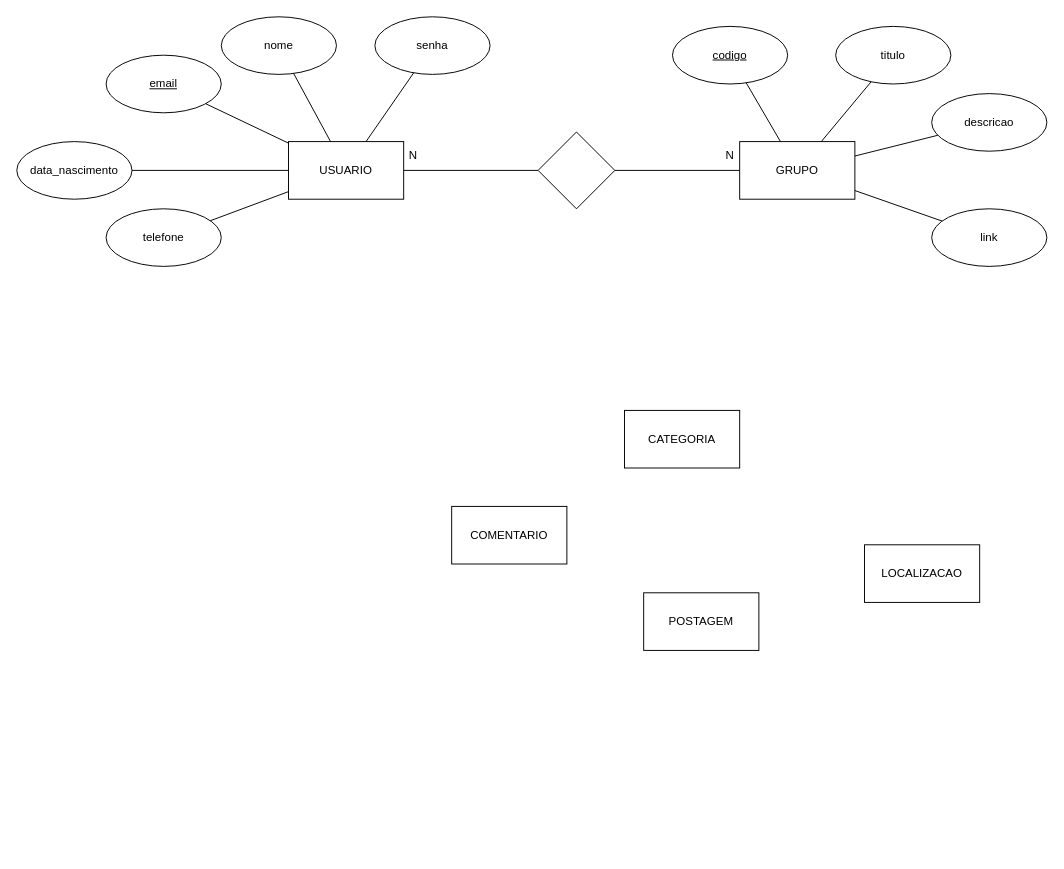
Earlier version of the draw.io diagram LEOBDATV3-2.drawio (Konitch/Diagram). Source tidied: cells renumbered, new cells numbered last; positions are measured from the earlier drawing's top-left corner, leaving out a move shared by most shapes. Both pictures are drawn from the tidied source at 96%, with x=0, y=0 at pixel (16, 16).
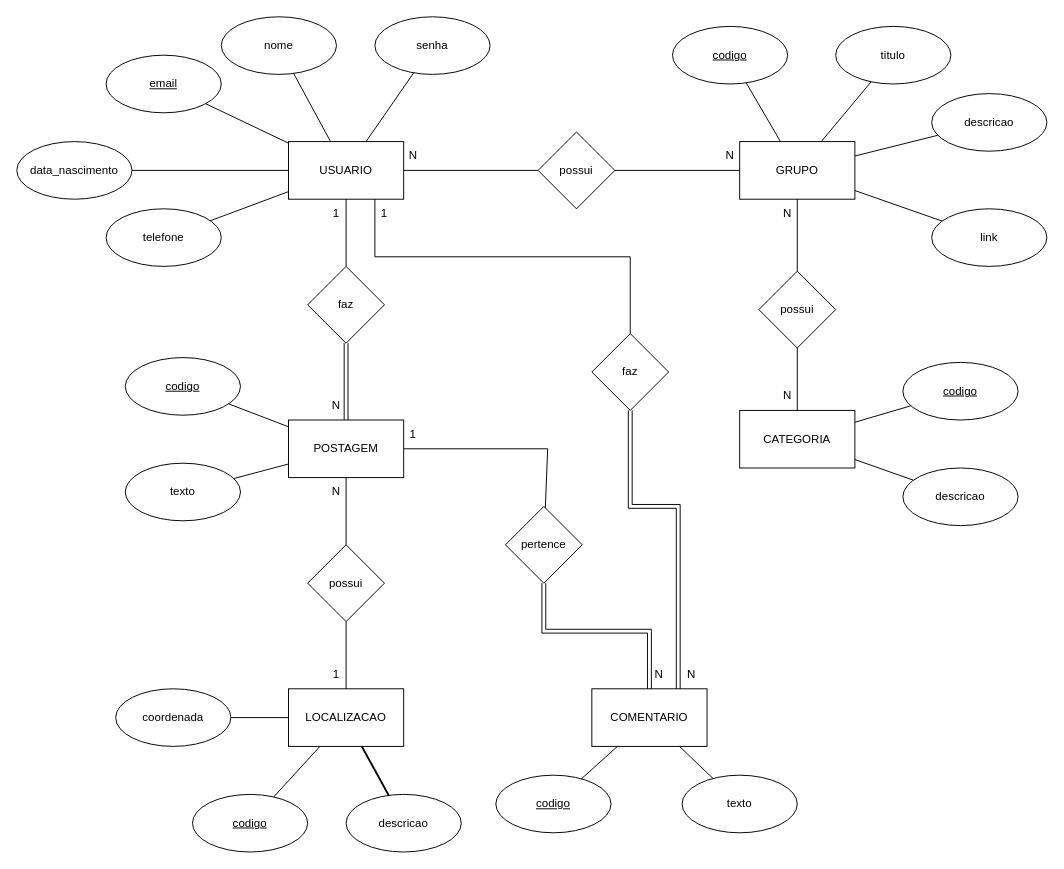
Above is the later version.

The change refers to these unchanged cells:
```xml
<mxCell id="3" value="USUARIO" style="rounded=0;whiteSpace=wrap;html=1;" parent="1" vertex="1">
  <mxGeometry x="283" y="130" width="120" height="60" as="geometry" />
</mxCell>
<mxCell id="4" value="GRUPO" style="rounded=0;whiteSpace=wrap;html=1;" parent="1" vertex="1">
  <mxGeometry x="753" y="130" width="120" height="60" as="geometry" />
</mxCell>
```

Diff of the diagram source:
```diff
@@
     <mxCell id="2" value="CATEGORIA" style="rounded=0;whiteSpace=wrap;html=1;" parent="1" vertex="1">
-      <mxGeometry x="633" y="410" width="120" height="60" as="geometry" />
+      <mxGeometry x="753" y="410" width="120" height="60" as="geometry" />
     </mxCell>
@@
     <mxCell id="5" value="COMENTARIO" style="rounded=0;whiteSpace=wrap;html=1;" parent="1" vertex="1">
-      <mxGeometry x="453" y="510" width="120" height="60" as="geometry" />
+      <mxGeometry x="599" y="700" width="120" height="60" as="geometry" />
     </mxCell>
     <mxCell id="6" value="LOCALIZACAO" style="rounded=0;whiteSpace=wrap;html=1;" parent="1" vertex="1">
-      <mxGeometry x="883" y="550" width="120" height="60" as="geometry" />
+      <mxGeometry x="283" y="700" width="120" height="60" as="geometry" />
     </mxCell>
     <mxCell id="7" value="POSTAGEM" style="rounded=0;whiteSpace=wrap;html=1;" parent="1" vertex="1">
-      <mxGeometry x="653" y="600" width="120" height="60" as="geometry" />
+      <mxGeometry x="283" y="420" width="120" height="60" as="geometry" />
     </mxCell>
@@
-    <mxCell id="26" style="rhombus;whiteSpace=wrap;html=1;" parent="1" vertex="1">
+    <mxCell id="26" value="possui" style="rhombus;whiteSpace=wrap;html=1;" parent="1" vertex="1">
       <mxGeometry x="543" y="120" width="80" height="80" as="geometry" />
     </mxCell>
@@
+    <mxCell id="31" value="&lt;u&gt;codigo&lt;/u&gt;" style="ellipse;whiteSpace=wrap;html=1;" parent="1" vertex="1">
+      <mxGeometry x="923" y="360" width="120" height="60" as="geometry" />
+    </mxCell>
+    <mxCell id="32" style="endArrow=none;html=1;rounded=0;" parent="1" edge="1" source="2" target="31">
+      <mxGeometry relative="1" as="geometry" />
+    </mxCell>
+    <mxCell id="33" value="descricao" style="ellipse;whiteSpace=wrap;html=1;" parent="1" vertex="1">
+      <mxGeometry x="923" y="470" width="120" height="60" as="geometry" />
+    </mxCell>
+    <mxCell id="34" style="endArrow=none;html=1;rounded=0;" parent="1" edge="1" source="2" target="33">
+      <mxGeometry relative="1" as="geometry" />
+    </mxCell>
+    <mxCell id="35" value="possui" style="rhombus;whiteSpace=wrap;html=1;" parent="1" vertex="1">
+      <mxGeometry x="773" y="265" width="80" height="80" as="geometry" />
+    </mxCell>
+    <mxCell id="36" style="endArrow=none;html=1;rounded=0;" parent="1" edge="1" source="35" target="2">
+      <mxGeometry relative="1" as="geometry" />
+    </mxCell>
+    <mxCell id="37" style="endArrow=none;html=1;rounded=0;" parent="1" edge="1" source="4" target="35">
+      <mxGeometry relative="1" as="geometry" />
+    </mxCell>
+    <mxCell id="38" value="N" style="text;html=1;align=center;verticalAlign=middle;whiteSpace=wrap;rounded=0;" parent="1" vertex="1">
+      <mxGeometry x="793" y="190" width="20" height="30" as="geometry" />
+    </mxCell>
+    <mxCell id="39" value="N" style="text;html=1;align=center;verticalAlign=middle;whiteSpace=wrap;rounded=0;" parent="1" vertex="1">
+      <mxGeometry x="793" y="380" width="20" height="30" as="geometry" />
+    </mxCell>
+    <mxCell id="40" value="&lt;u&gt;codigo&lt;/u&gt;" style="ellipse;whiteSpace=wrap;html=1;" parent="1" vertex="1">
+      <mxGeometry x="113" y="355" width="120" height="60" as="geometry" />
+    </mxCell>
+    <mxCell id="41" value="texto" style="ellipse;whiteSpace=wrap;html=1;" parent="1" vertex="1">
+      <mxGeometry x="113" y="465" width="120" height="60" as="geometry" />
+    </mxCell>
+    <mxCell id="42" value="faz" style="rhombus;whiteSpace=wrap;html=1;" parent="1" vertex="1">
+      <mxGeometry x="303" y="260" width="80" height="80" as="geometry" />
+    </mxCell>
+    <mxCell id="43" style="endArrow=none;html=1;rounded=0;" parent="1" edge="1" source="7" target="40">
+      <mxGeometry relative="1" as="geometry" />
+    </mxCell>
+    <mxCell id="44" style="endArrow=none;html=1;rounded=0;" parent="1" edge="1" source="7" target="41">
+      <mxGeometry relative="1" as="geometry" />
+    </mxCell>
+    <mxCell id="45" style="endArrow=none;html=1;rounded=0;shape=link;" parent="1" edge="1" source="7" target="42">
+      <mxGeometry relative="1" as="geometry" />
+    </mxCell>
+    <mxCell id="46" style="endArrow=none;html=1;rounded=0;" parent="1" edge="1" source="42" target="3">
+      <mxGeometry relative="1" as="geometry" />
+    </mxCell>
+    <mxCell id="47" value="N" style="text;html=1;align=center;verticalAlign=middle;whiteSpace=wrap;rounded=0;" parent="1" vertex="1">
+      <mxGeometry x="323" y="390" width="20" height="30" as="geometry" />
+    </mxCell>
+    <mxCell id="48" value="1" style="text;html=1;align=center;verticalAlign=middle;whiteSpace=wrap;rounded=0;" parent="1" vertex="1">
+      <mxGeometry x="323" y="190" width="20" height="30" as="geometry" />
+    </mxCell>
+    <mxCell id="49" value="&lt;u&gt;codigo&lt;/u&gt;" style="ellipse;whiteSpace=wrap;html=1;" parent="1" vertex="1">
+      <mxGeometry x="183" y="810" width="120" height="60" as="geometry" />
+    </mxCell>
+    <mxCell id="50" value="descricao" style="ellipse;whiteSpace=wrap;html=1;" parent="1" vertex="1">
+      <mxGeometry x="343" y="810" width="120" height="60" as="geometry" />
+    </mxCell>
+    <mxCell id="51" value="coordenada" style="ellipse;whiteSpace=wrap;html=1;" parent="1" vertex="1">
+      <mxGeometry x="103" y="700" width="120" height="60" as="geometry" />
+    </mxCell>
+    <mxCell id="52" style="endArrow=none;html=1;rounded=0;" parent="1" edge="1" source="6" target="51">
+      <mxGeometry relative="1" as="geometry" />
+    </mxCell>
+    <mxCell id="53" style="endArrow=none;html=1;rounded=0;" parent="1" edge="1" source="49" target="6">
+      <mxGeometry relative="1" as="geometry" />
+    </mxCell>
+    <mxCell id="54" style="endArrow=none;html=1;strokeWidth=2;rounded=0;" parent="1" edge="1" source="50" target="6">
+      <mxGeometry relative="1" as="geometry" />
+    </mxCell>
+    <mxCell id="55" value="possui" style="rhombus;whiteSpace=wrap;html=1;" parent="1" vertex="1">
+      <mxGeometry x="303" y="550" width="80" height="80" as="geometry" />
+    </mxCell>
+    <mxCell id="56" style="endArrow=none;html=1;rounded=0;" parent="1" edge="1" source="55" target="7">
+      <mxGeometry relative="1" as="geometry" />
+    </mxCell>
+    <mxCell id="57" style="endArrow=none;html=1;rounded=0;" parent="1" edge="1" source="6" target="55">
+      <mxGeometry relative="1" as="geometry" />
+    </mxCell>
+    <mxCell id="58" value="N" style="text;html=1;align=center;verticalAlign=middle;whiteSpace=wrap;rounded=0;" parent="1" vertex="1">
+      <mxGeometry x="323" y="480" width="20" height="30" as="geometry" />
+    </mxCell>
+    <mxCell id="59" value="1" style="text;html=1;align=center;verticalAlign=middle;whiteSpace=wrap;rounded=0;" parent="1" vertex="1">
+      <mxGeometry x="323" y="670" width="20" height="30" as="geometry" />
+    </mxCell>
+    <mxCell id="60" value="&lt;u&gt;codigo&lt;/u&gt;" style="ellipse;whiteSpace=wrap;html=1;" parent="1" vertex="1">
+      <mxGeometry x="499" y="790" width="120" height="60" as="geometry" />
+    </mxCell>
+    <mxCell id="61" value="texto" style="ellipse;whiteSpace=wrap;html=1;" parent="1" vertex="1">
+      <mxGeometry x="693" y="790" width="120" height="60" as="geometry" />
+    </mxCell>
+    <mxCell id="62" style="endArrow=none;html=1;rounded=0;" parent="1" edge="1" source="5" target="61">
+      <mxGeometry relative="1" as="geometry" />
+    </mxCell>
+    <mxCell id="63" style="endArrow=none;html=1;rounded=0;" parent="1" edge="1" source="5" target="60">
+      <mxGeometry relative="1" as="geometry" />
+    </mxCell>
+    <mxCell id="64" value="pertence" style="rhombus;whiteSpace=wrap;html=1;" parent="1" vertex="1">
+      <mxGeometry x="509" y="510" width="80" height="80" as="geometry" />
+    </mxCell>
+    <mxCell id="65" style="endArrow=none;html=1;rounded=0;shape=link;" parent="1" edge="1" source="64" target="5">
+      <mxGeometry relative="1" as="geometry">
+        <Array as="points">
+          <mxPoint x="549" y="640" />
+          <mxPoint x="659" y="640" />
+        </Array>
+      </mxGeometry>
+    </mxCell>
+    <mxCell id="66" style="endArrow=none;html=1;rounded=0;" parent="1" edge="1" source="64" target="7">
+      <mxGeometry relative="1" as="geometry">
+        <Array as="points">
+          <mxPoint x="553" y="450" />
+        </Array>
+      </mxGeometry>
+    </mxCell>
+    <mxCell id="67" value="1" style="text;html=1;align=center;verticalAlign=middle;whiteSpace=wrap;rounded=0;" parent="1" vertex="1">
+      <mxGeometry x="403" y="420" width="20" height="30" as="geometry" />
+    </mxCell>
+    <mxCell id="68" value="N" style="text;html=1;align=center;verticalAlign=middle;whiteSpace=wrap;rounded=0;" parent="1" vertex="1">
+      <mxGeometry x="659" y="670" width="20" height="30" as="geometry" />
+    </mxCell>
+    <mxCell id="69" value="faz" style="rhombus;whiteSpace=wrap;html=1;" parent="1" vertex="1">
+      <mxGeometry x="599" y="330" width="80" height="80" as="geometry" />
+    </mxCell>
+    <mxCell id="70" style="endArrow=none;html=1;rounded=0;entryX=0.75;entryY=1;entryDx=0;entryDy=0;" parent="1" edge="1" source="69" target="3">
+      <mxGeometry relative="1" as="geometry">
+        <Array as="points">
+          <mxPoint x="639" y="250" />
+          <mxPoint x="373" y="250" />
+        </Array>
+      </mxGeometry>
+    </mxCell>
+    <mxCell id="71" style="endArrow=none;html=1;rounded=0;entryX=0.75;entryY=0;entryDx=0;entryDy=0;shape=link;" parent="1" edge="1" source="69" target="5">
+      <mxGeometry relative="1" as="geometry">
+        <Array as="points">
+          <mxPoint x="639" y="510" />
+          <mxPoint x="689" y="510" />
+        </Array>
+      </mxGeometry>
+    </mxCell>
+    <mxCell id="72" value="N" style="text;html=1;align=center;verticalAlign=middle;whiteSpace=wrap;rounded=0;" parent="1" vertex="1">
+      <mxGeometry x="693" y="670" width="20" height="30" as="geometry" />
+    </mxCell>
+    <mxCell id="73" value="1" style="text;html=1;align=center;verticalAlign=middle;whiteSpace=wrap;rounded=0;" parent="1" vertex="1">
+      <mxGeometry x="373" y="190" width="20" height="30" as="geometry" />
+    </mxCell>
```
